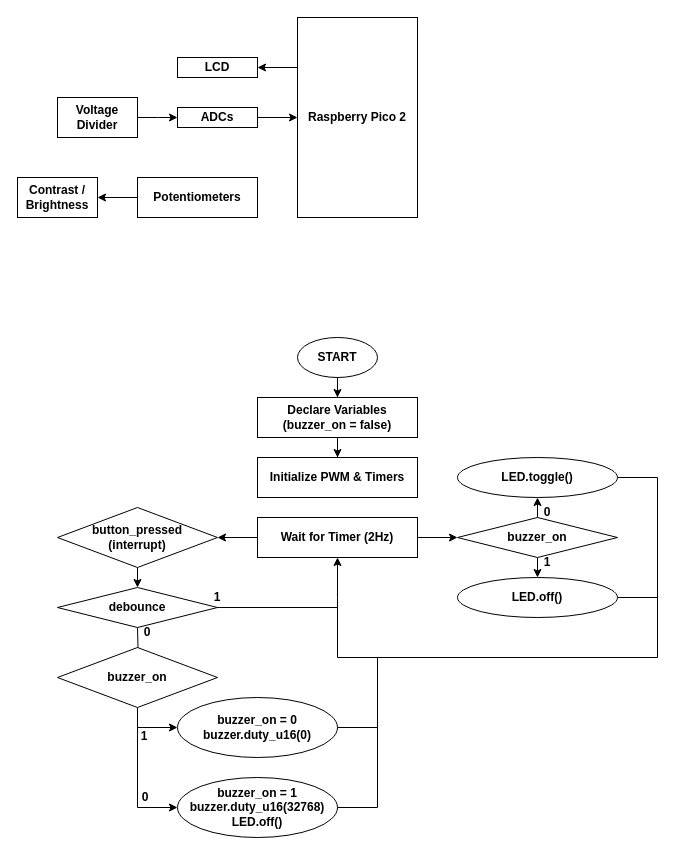
Before: EEL3923_JuniorDesign/4_PicoLCD/Flowcharts.drawio in evanbaesler/Class-Assignments, a draw.io diagram. Source tidied: cells renumbered, new cells numbered last; positions are measured from the earlier drawing's top-left corner, leaving out a move shared by most shapes. Both pictures are drawn from the tidied source at 100%, with x=0, y=0 at pixel (17, 17).
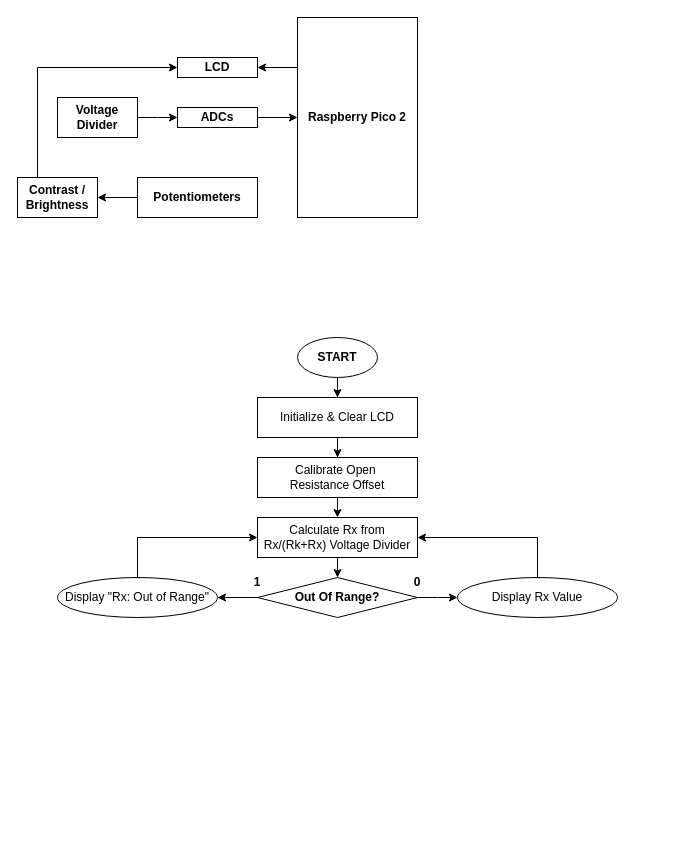
The same diagram, later.

Unchanged cells that the change refers to:
```xml
<mxCell id="2" value="&lt;b&gt;Raspberry Pico 2&lt;/b&gt;" style="rounded=0;whiteSpace=wrap;html=1;" parent="1" vertex="1">
  <mxGeometry x="280" width="120" height="200" as="geometry" />
</mxCell>
<mxCell id="4" value="&lt;b&gt;LCD&lt;/b&gt;" style="rounded=0;whiteSpace=wrap;html=1;" parent="1" vertex="1">
  <mxGeometry x="160" y="40" width="80" height="20" as="geometry" />
</mxCell>
<mxCell id="5" value="&lt;b&gt;Contrast /&lt;/b&gt;&lt;div&gt;&lt;b&gt;Brightness&lt;/b&gt;&lt;/div&gt;" style="rounded=0;whiteSpace=wrap;html=1;" parent="1" vertex="1">
  <mxGeometry y="160" width="80" height="40" as="geometry" />
</mxCell>
<mxCell id="7" value="&lt;b&gt;START&lt;/b&gt;" style="ellipse;whiteSpace=wrap;html=1;" parent="1" vertex="1">
  <mxGeometry x="280" y="320" width="80" height="40" as="geometry" />
</mxCell>
<mxCell id="46" value="&lt;b&gt;Voltage Divider&lt;/b&gt;" style="rounded=0;whiteSpace=wrap;html=1;" parent="1" vertex="1">
  <mxGeometry x="40" y="80" width="80" height="40" as="geometry" />
</mxCell>
```

The edit, as a diff of the source:
```diff
@@
-    <mxCell id="3" style="endArrow=classic;html=1;rounded=0;exitX=0;exitY=0.25;exitDx=0;exitDy=0;" parent="1" edge="1" source="2">
-      <mxGeometry relative="1" as="geometry">
-        <mxPoint x="240" y="50" as="targetPoint" />
-      </mxGeometry>
-    </mxCell>
+    <mxCell id="47" style="endArrow=classic;html=1;rounded=0;exitX=0;exitY=0.25;exitDx=0;exitDy=0;" parent="1" edge="1" source="2">
+      <mxGeometry relative="1" as="geometry">
+        <mxPoint x="240" y="50" as="targetPoint" />
+      </mxGeometry>
+    </mxCell>
@@
-    <mxCell id="6" style="edgeStyle=orthogonalEdgeStyle;rounded=0;jettySize=auto;html=1;" parent="1" edge="1" source="7" target="9">
-      <mxGeometry relative="1" as="geometry" />
-    </mxCell>
+    <mxCell id="48" style="edgeStyle=orthogonalEdgeStyle;rounded=0;jettySize=auto;html=1;" parent="1" edge="1" source="7" target="50">
+      <mxGeometry relative="1" as="geometry" />
+    </mxCell>
@@
-    <mxCell id="8" style="edgeStyle=orthogonalEdgeStyle;rounded=0;jettySize=auto;html=1;" parent="1" edge="1" source="9" target="10">
-      <mxGeometry relative="1" as="geometry" />
-    </mxCell>
-    <mxCell id="9" value="&lt;b&gt;Declare Variables (buzzer_on = false)&lt;/b&gt;" style="rounded=0;whiteSpace=wrap;html=1;" parent="1" vertex="1">
-      <mxGeometry x="240" y="380" width="160" height="40" as="geometry" />
-    </mxCell>
-    <mxCell id="10" value="&lt;b&gt;Initialize PWM &amp;amp; Timers&lt;/b&gt;" style="rounded=0;whiteSpace=wrap;html=1;" parent="1" vertex="1">
-      <mxGeometry x="240" y="440" width="160" height="40" as="geometry" />
-    </mxCell>
-    <mxCell id="11" style="edgeStyle=orthogonalEdgeStyle;rounded=0;jettySize=auto;html=1;exitX=0.5;exitY=0;exitDx=0;exitDy=0;entryX=0.5;entryY=1;entryDx=0;entryDy=0;" parent="1" edge="1" source="13">
-      <mxGeometry relative="1" as="geometry">
-        <mxPoint x="520" y="480" as="targetPoint" />
-      </mxGeometry>
-    </mxCell>
-    <mxCell id="12" style="edgeStyle=orthogonalEdgeStyle;rounded=0;jettySize=auto;html=1;exitX=0.5;exitY=1;exitDx=0;exitDy=0;entryX=0.5;entryY=0;entryDx=0;entryDy=0;" parent="1" edge="1" source="13">
-      <mxGeometry relative="1" as="geometry">
-        <mxPoint x="520" y="560" as="targetPoint" />
-      </mxGeometry>
-    </mxCell>
-    <mxCell id="13" value="&lt;b&gt;buzzer_on&lt;/b&gt;" style="rhombus;whiteSpace=wrap;html=1;" parent="1" vertex="1">
-      <mxGeometry x="440" y="500" width="160" height="40" as="geometry" />
-    </mxCell>
-    <mxCell id="14" style="edgeStyle=orthogonalEdgeStyle;rounded=0;jettySize=auto;html=1;exitX=0.5;exitY=1;exitDx=0;exitDy=0;entryX=0.5;entryY=0;entryDx=0;entryDy=0;" parent="1" edge="1" source="15">
-      <mxGeometry relative="1" as="geometry">
-        <mxPoint x="120" y="570" as="targetPoint" />
-      </mxGeometry>
-    </mxCell>
-    <mxCell id="15" value="&lt;b&gt;button_pressed&lt;/b&gt;&lt;div&gt;&lt;b&gt;(interrupt)&lt;/b&gt;&lt;/div&gt;" style="rhombus;whiteSpace=wrap;html=1;" parent="1" vertex="1">
-      <mxGeometry x="40" y="490" width="160" height="60" as="geometry" />
-    </mxCell>
-    <mxCell id="16" style="edgeStyle=orthogonalEdgeStyle;rounded=0;jettySize=auto;html=1;" parent="1" edge="1" target="23">
-      <mxGeometry relative="1" as="geometry">
-        <mxPoint x="120" y="610" as="sourcePoint" />
-      </mxGeometry>
-    </mxCell>
-    <mxCell id="17" style="edgeStyle=orthogonalEdgeStyle;rounded=0;jettySize=auto;html=1;" parent="1" edge="1" source="19" target="15">
-      <mxGeometry relative="1" as="geometry" />
-    </mxCell>
-    <mxCell id="18" style="edgeStyle=orthogonalEdgeStyle;rounded=0;jettySize=auto;html=1;" parent="1" edge="1" source="19" target="13">
-      <mxGeometry relative="1" as="geometry" />
-    </mxCell>
-    <mxCell id="19" value="&lt;b&gt;Wait for Timer (2Hz)&lt;/b&gt;" style="rounded=0;whiteSpace=wrap;html=1;" parent="1" vertex="1">
-      <mxGeometry x="240" y="500" width="160" height="40" as="geometry" />
-    </mxCell>
-    <mxCell id="20" style="endArrow=none;html=1;rounded=0;entryX=1;entryY=0.5;entryDx=0;entryDy=0;" parent="1" edge="1">
-      <mxGeometry relative="1" as="geometry">
-        <mxPoint x="320" y="580" as="sourcePoint" />
-        <mxPoint x="600" y="460" as="targetPoint" />
-        <Array as="points">
-          <mxPoint x="320" y="640" />
-          <mxPoint x="640" y="640" />
-          <mxPoint x="640" y="460" />
-        </Array>
-      </mxGeometry>
-    </mxCell>
-    <mxCell id="21" style="endArrow=none;html=1;rounded=0;entryX=1;entryY=0.5;entryDx=0;entryDy=0;" parent="1" edge="1">
-      <mxGeometry relative="1" as="geometry">
-        <mxPoint x="640" y="580" as="sourcePoint" />
-        <mxPoint x="600" y="580" as="targetPoint" />
-      </mxGeometry>
-    </mxCell>
-    <mxCell id="22" style="edgeStyle=orthogonalEdgeStyle;rounded=0;jettySize=auto;html=1;exitX=0.5;exitY=1;exitDx=0;exitDy=0;entryX=0;entryY=0.5;entryDx=0;entryDy=0;" parent="1" edge="1" source="23" target="28">
-      <mxGeometry relative="1" as="geometry">
-        <Array as="points">
-          <mxPoint x="120" y="790" />
-        </Array>
-      </mxGeometry>
-    </mxCell>
-    <mxCell id="23" value="&lt;b&gt;buzzer_on&lt;/b&gt;" style="rhombus;whiteSpace=wrap;html=1;" parent="1" vertex="1">
-      <mxGeometry x="40" y="630" width="160" height="60" as="geometry" />
-    </mxCell>
-    <mxCell id="24" value="&lt;b&gt;1&lt;/b&gt;" style="text;html=1;whiteSpace=wrap;strokeColor=none;fillColor=none;align=center;verticalAlign=middle;rounded=0;" parent="1" vertex="1">
-      <mxGeometry x="500" y="530" width="60" height="30" as="geometry" />
-    </mxCell>
-    <mxCell id="25" value="&lt;b&gt;0&lt;/b&gt;" style="text;html=1;whiteSpace=wrap;strokeColor=none;fillColor=none;align=center;verticalAlign=middle;rounded=0;" parent="1" vertex="1">
-      <mxGeometry x="500" y="480" width="60" height="30" as="geometry" />
-    </mxCell>
-    <mxCell id="26" value="&lt;b&gt;LED.toggle()&lt;/b&gt;" style="ellipse;whiteSpace=wrap;html=1;" parent="1" vertex="1">
-      <mxGeometry x="440" y="440" width="160" height="40" as="geometry" />
-    </mxCell>
-    <mxCell id="27" value="&lt;b&gt;LED.off()&lt;/b&gt;" style="ellipse;whiteSpace=wrap;html=1;" parent="1" vertex="1">
-      <mxGeometry x="440" y="560" width="160" height="40" as="geometry" />
-    </mxCell>
-    <mxCell id="28" value="&lt;b&gt;buzzer_on = 1&lt;/b&gt;&lt;div&gt;&lt;b&gt;buzzer.duty_u16(32768)&lt;/b&gt;&lt;/div&gt;&lt;div&gt;&lt;b&gt;LED.off()&lt;/b&gt;&lt;/div&gt;" style="ellipse;whiteSpace=wrap;html=1;" parent="1" vertex="1">
-      <mxGeometry x="160" y="760" width="160" height="60" as="geometry" />
-    </mxCell>
-    <mxCell id="29" value="&lt;b&gt;buzzer_on = 0&lt;/b&gt;&lt;div&gt;&lt;b&gt;buzzer.duty_u16(0)&lt;/b&gt;&lt;/div&gt;" style="ellipse;whiteSpace=wrap;html=1;" parent="1" vertex="1">
-      <mxGeometry x="160" y="680" width="160" height="60" as="geometry" />
-    </mxCell>
-    <mxCell id="30" style="endArrow=none;html=1;rounded=0;" parent="1" edge="1">
-      <mxGeometry relative="1" as="geometry">
-        <mxPoint x="360" y="790" as="sourcePoint" />
-        <mxPoint x="360" y="640" as="targetPoint" />
-      </mxGeometry>
-    </mxCell>
-    <mxCell id="31" style="endArrow=none;html=1;rounded=0;exitX=1;exitY=0.5;exitDx=0;exitDy=0;" parent="1" edge="1" source="29">
-      <mxGeometry relative="1" as="geometry">
-        <mxPoint x="360" y="710" as="targetPoint" />
-      </mxGeometry>
-    </mxCell>
-    <mxCell id="32" style="endArrow=none;html=1;rounded=0;exitX=1;exitY=0.5;exitDx=0;exitDy=0;" parent="1" edge="1" source="28">
-      <mxGeometry relative="1" as="geometry">
-        <mxPoint x="360" y="790" as="targetPoint" />
-      </mxGeometry>
-    </mxCell>
-    <mxCell id="33" style="endArrow=classic;html=1;rounded=0;entryX=0.5;entryY=1;entryDx=0;entryDy=0;" parent="1" edge="1" target="19">
-      <mxGeometry relative="1" as="geometry">
-        <mxPoint x="320" y="580" as="sourcePoint" />
-      </mxGeometry>
-    </mxCell>
-    <mxCell id="34" value="&lt;b&gt;1&lt;/b&gt;" style="text;html=1;whiteSpace=wrap;strokeColor=none;fillColor=none;align=center;verticalAlign=middle;rounded=0;" parent="1" vertex="1">
-      <mxGeometry x="97" y="704" width="60" height="30" as="geometry" />
-    </mxCell>
-    <mxCell id="35" value="&lt;b&gt;0&lt;/b&gt;" style="text;html=1;whiteSpace=wrap;strokeColor=none;fillColor=none;align=center;verticalAlign=middle;rounded=0;" parent="1" vertex="1">
-      <mxGeometry x="98" y="765" width="60" height="30" as="geometry" />
-    </mxCell>
-    <mxCell id="36" style="endArrow=classic;html=1;rounded=0;entryX=0;entryY=0.5;entryDx=0;entryDy=0;" parent="1" edge="1" target="29">
-      <mxGeometry relative="1" as="geometry">
-        <mxPoint x="120" y="710" as="sourcePoint" />
-      </mxGeometry>
-    </mxCell>
-    <mxCell id="37" value="&lt;b&gt;debounce&lt;/b&gt;" style="rhombus;whiteSpace=wrap;html=1;" parent="1" vertex="1">
-      <mxGeometry x="40" y="570" width="160" height="40" as="geometry" />
-    </mxCell>
-    <mxCell id="38" style="endArrow=none;html=1;rounded=0;exitX=1;exitY=0.5;exitDx=0;exitDy=0;" parent="1" edge="1" source="37">
-      <mxGeometry relative="1" as="geometry">
-        <mxPoint x="320" y="590" as="targetPoint" />
-      </mxGeometry>
-    </mxCell>
-    <mxCell id="39" value="&lt;b&gt;1&lt;/b&gt;" style="text;html=1;whiteSpace=wrap;strokeColor=none;fillColor=none;align=center;verticalAlign=middle;rounded=0;" parent="1" vertex="1">
-      <mxGeometry x="170" y="565" width="60" height="30" as="geometry" />
-    </mxCell>
-    <mxCell id="40" value="&lt;b&gt;0&lt;/b&gt;" style="text;html=1;whiteSpace=wrap;strokeColor=none;fillColor=none;align=center;verticalAlign=middle;rounded=0;" parent="1" vertex="1">
-      <mxGeometry x="100" y="600" width="60" height="30" as="geometry" />
-    </mxCell>
+    <mxCell id="49" style="edgeStyle=orthogonalEdgeStyle;rounded=0;jettySize=auto;html=1;" parent="1" edge="1" source="50" target="52">
+      <mxGeometry relative="1" as="geometry" />
+    </mxCell>
+    <mxCell id="50" value="&lt;span&gt;Initialize &amp;amp; Clear LCD&lt;/span&gt;" style="rounded=0;whiteSpace=wrap;html=1;fontStyle=0;" parent="1" vertex="1">
+      <mxGeometry x="240" y="380" width="160" height="40" as="geometry" />
+    </mxCell>
+    <mxCell id="51" style="edgeStyle=orthogonalEdgeStyle;rounded=0;jettySize=auto;html=1;exitX=0.5;exitY=1;exitDx=0;exitDy=0;entryX=0.5;entryY=0;entryDx=0;entryDy=0;" parent="1" edge="1" source="52" target="54">
+      <mxGeometry relative="1" as="geometry" />
+    </mxCell>
+    <mxCell id="52" value="Calibrate Open&amp;nbsp;&lt;div&gt;Resistance&amp;nbsp;&lt;span style=&quot;background-color: transparent; color: light-dark(rgb(0, 0, 0), rgb(255, 255, 255));&quot;&gt;Offset&lt;/span&gt;&lt;/div&gt;" style="rounded=0;whiteSpace=wrap;html=1;" parent="1" vertex="1">
+      <mxGeometry x="240" y="440" width="160" height="40" as="geometry" />
+    </mxCell>
+    <mxCell id="53" style="edgeStyle=orthogonalEdgeStyle;rounded=0;jettySize=auto;html=1;exitX=0.5;exitY=1;exitDx=0;exitDy=0;entryX=0.5;entryY=0;entryDx=0;entryDy=0;" parent="1" edge="1" source="54" target="58">
+      <mxGeometry relative="1" as="geometry" />
+    </mxCell>
+    <mxCell id="54" value="&lt;span&gt;Calculate Rx from Rx/(Rk+Rx)&amp;nbsp;&lt;/span&gt;&lt;span style=&quot;background-color: transparent; color: light-dark(rgb(0, 0, 0), rgb(255, 255, 255));&quot;&gt;Voltage Divider&lt;/span&gt;" style="rounded=0;whiteSpace=wrap;html=1;fontStyle=0;" parent="1" vertex="1">
+      <mxGeometry x="240" y="500" width="160" height="40" as="geometry" />
+    </mxCell>
+    <mxCell id="55" style="edgeStyle=orthogonalEdgeStyle;rounded=0;jettySize=auto;html=1;exitX=0.5;exitY=0;exitDx=0;exitDy=0;entryX=0;entryY=0.5;entryDx=0;entryDy=0;" parent="1" edge="1" source="56" target="54">
+      <mxGeometry relative="1" as="geometry" />
+    </mxCell>
+    <mxCell id="56" value="Display &quot;Rx: Out of Range&quot;" style="ellipse;whiteSpace=wrap;html=1;fontStyle=0;" parent="1" vertex="1">
+      <mxGeometry x="40" y="560" width="160" height="40" as="geometry" />
+    </mxCell>
+    <mxCell id="57" style="edgeStyle=orthogonalEdgeStyle;rounded=0;jettySize=auto;html=1;" parent="1" edge="1" source="58">
+      <mxGeometry relative="1" as="geometry">
+        <mxPoint x="440" y="580" as="targetPoint" />
+      </mxGeometry>
+    </mxCell>
+    <mxCell id="58" value="&lt;span&gt;Out Of Range?&lt;/span&gt;" style="rhombus;whiteSpace=wrap;html=1;fontStyle=1;" parent="1" vertex="1">
+      <mxGeometry x="240" y="560" width="160" height="40" as="geometry" />
+    </mxCell>
+    <mxCell id="59" value="&lt;b&gt;1&lt;/b&gt;" style="text;html=1;whiteSpace=wrap;strokeColor=none;fillColor=none;align=center;verticalAlign=middle;rounded=0;" parent="1" vertex="1">
+      <mxGeometry x="210" y="550" width="60" height="30" as="geometry" />
+    </mxCell>
@@
-    <mxCell id="45" style="edgeStyle=orthogonalEdgeStyle;rounded=0;jettySize=auto;html=1;" parent="1" edge="1" source="46">
-      <mxGeometry relative="1" as="geometry">
-        <mxPoint x="160" y="100" as="targetPoint" />
-      </mxGeometry>
-    </mxCell>
+    <mxCell id="60" style="edgeStyle=orthogonalEdgeStyle;rounded=0;jettySize=auto;html=1;" parent="1" edge="1" source="46">
+      <mxGeometry relative="1" as="geometry">
+        <mxPoint x="160" y="100" as="targetPoint" />
+      </mxGeometry>
+    </mxCell>
@@
+    <mxCell id="61" style="endArrow=classic;html=1;rounded=0;exitX=0.25;exitY=0;exitDx=0;exitDy=0;entryX=0;entryY=0.5;entryDx=0;entryDy=0;" parent="1" edge="1" source="5" target="4">
+      <mxGeometry x="-0.15" relative="1" as="geometry">
+        <Array as="points">
+          <mxPoint x="20" y="50" />
+        </Array>
+      </mxGeometry>
+    </mxCell>
+    <mxCell id="62" style="endArrow=classic;html=1;rounded=0;exitX=0;exitY=0.5;exitDx=0;exitDy=0;entryX=1;entryY=0.5;entryDx=0;entryDy=0;" parent="1" edge="1" source="58" target="56">
+      <mxGeometry relative="1" as="geometry" />
+    </mxCell>
+    <mxCell id="63" style="edgeStyle=orthogonalEdgeStyle;rounded=0;jettySize=auto;html=1;exitX=0.5;exitY=0;exitDx=0;exitDy=0;entryX=1;entryY=0.5;entryDx=0;entryDy=0;" parent="1" edge="1" source="64" target="54">
+      <mxGeometry relative="1" as="geometry" />
+    </mxCell>
+    <mxCell id="64" value="Display Rx Value" style="ellipse;whiteSpace=wrap;html=1;" parent="1" vertex="1">
+      <mxGeometry x="440" y="560" width="160" height="40" as="geometry" />
+    </mxCell>
+    <mxCell id="65" value="&lt;b&gt;0&lt;/b&gt;" style="text;html=1;whiteSpace=wrap;strokeColor=none;fillColor=none;align=center;verticalAlign=middle;rounded=0;" parent="1" vertex="1">
+      <mxGeometry x="370" y="550" width="60" height="30" as="geometry" />
+    </mxCell>
```
